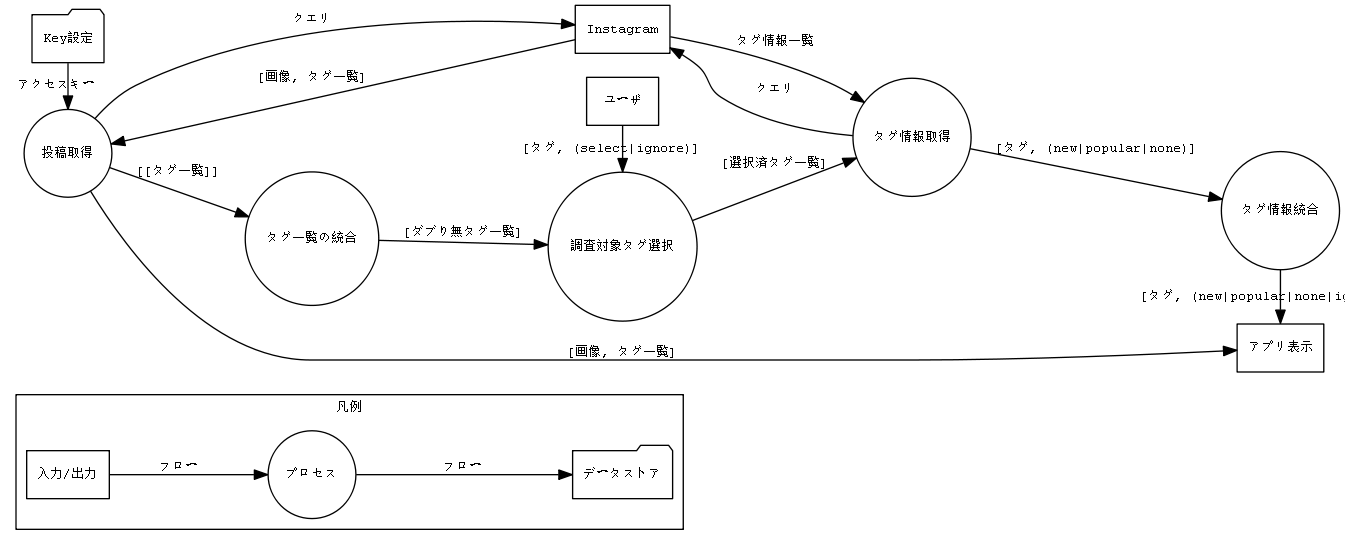
Earlier version of the PlantUML export uml/dfd.png (mizmizo/ig_hashtag_analyzer). Its source is kept beside it as uml/dfd.pu.
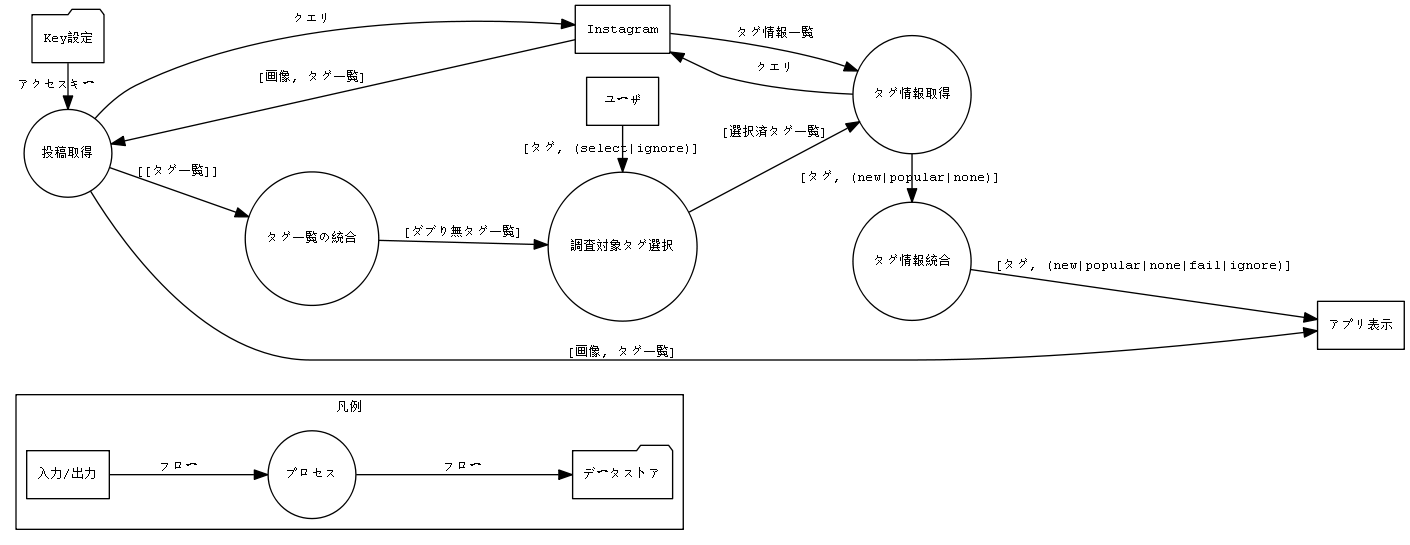
The same file after the commit.

Commit message:
update DFD, add sequence diagram

The edit, as a diff of the source:
```diff
@@ -36,12 +36,12 @@
         info_get  -> instagram [label = "クエリ"];
         instagram -> info_get  [label = "タグ情報一覧"];
         info_get  -> info_intg [label = "[タグ, (new|popular|none)]"];
-        info_intg -> view      [label = "[タグ, (new|popular|none|ignore)]"];
+        info_intg -> view      [label = "[タグ, (new|popular|none|fail|ignore)]"];
         post_get  -> view      [label = "[画像, タグ一覧]"];
 
         // rank
         {rank = min;  key; post_get; };
         {rank = same; user; select; instagram; };
-        {rank = max; info_intg; view; };
+        {rank = same; info_get; info_intg; };
 }
 @enduml
```
